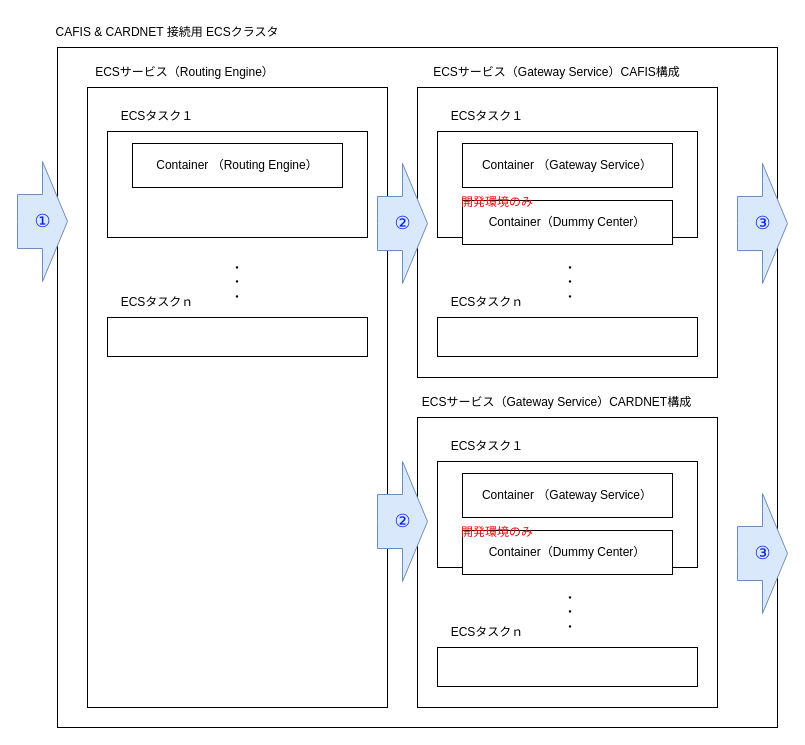
Above: page "コンテナ構成" (1 of 6) of FEXICS/obj/system_architect.drawio in kyoshizawa/kywiki2 (draw.io), before the change. Source tidied: cells renumbered, new cells numbered last; positions are measured from the earlier drawing's top-left corner, leaving out a move shared by most shapes. Both pictures are drawn from the tidied source at 100%, with x=0, y=0 at pixel (17, 17).
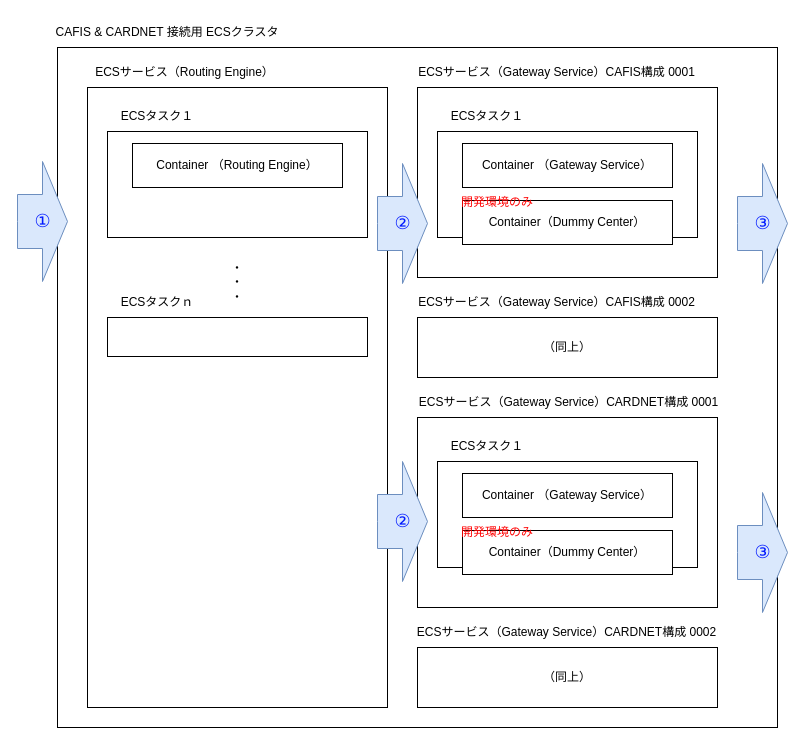
After the change.

The edit, as a diff of the source:
```diff
@@
     <mxCell id="7" style="rounded=0;whiteSpace=wrap;html=1;fillColor=none;" parent="1" vertex="1">
-      <mxGeometry x="400" y="70" width="300" height="290" as="geometry" />
+      <mxGeometry x="400" y="70" width="300" height="190" as="geometry" />
     </mxCell>
-    <mxCell id="8" value="ECSサービス（Gateway Service）CAFIS構成" style="text;html=1;align=center;verticalAlign=middle;whiteSpace=wrap;rounded=0;" parent="1" vertex="1">
+    <mxCell id="8" value="ECSサービス（Gateway Service）CAFIS構成 0001" style="text;html=1;align=center;verticalAlign=middle;whiteSpace=wrap;rounded=0;" parent="1" vertex="1">
       <mxGeometry x="389" y="40" width="301" height="30" as="geometry" />
     </mxCell>
@@
-    <mxCell id="15" value="ECSタスクｎ" style="text;html=1;align=center;verticalAlign=middle;whiteSpace=wrap;rounded=0;" parent="1" vertex="1">
-      <mxGeometry x="410" y="270" width="120" height="30" as="geometry" />
-    </mxCell>
-    <mxCell id="16" style="rounded=0;whiteSpace=wrap;html=1;" parent="1" vertex="1">
-      <mxGeometry x="420" y="300" width="260" height="39" as="geometry" />
-    </mxCell>
-    <mxCell id="17" value="・&lt;div&gt;・&lt;/div&gt;&lt;div&gt;・&lt;/div&gt;" style="text;html=1;align=center;verticalAlign=middle;whiteSpace=wrap;rounded=0;" parent="1" vertex="1">
-      <mxGeometry x="528" y="250" width="50" height="30" as="geometry" />
-    </mxCell>
@@
     <mxCell id="25" style="rounded=0;whiteSpace=wrap;html=1;fillColor=none;" parent="1" vertex="1">
-      <mxGeometry x="400" y="400" width="300" height="290" as="geometry" />
+      <mxGeometry x="400" y="400" width="300" height="190" as="geometry" />
     </mxCell>
-    <mxCell id="26" value="ECSサービス（Gateway Service）CARDNET構成" style="text;html=1;align=center;verticalAlign=middle;whiteSpace=wrap;rounded=0;" parent="1" vertex="1">
-      <mxGeometry x="389" y="370" width="301" height="30" as="geometry" />
+    <mxCell id="26" value="ECSサービス（Gateway Service）CARDNET構成 0001" style="text;html=1;align=center;verticalAlign=middle;whiteSpace=wrap;rounded=0;" parent="1" vertex="1">
+      <mxGeometry x="381" y="370" width="341" height="30" as="geometry" />
     </mxCell>
@@
-    <mxCell id="29" value="ECSタスクｎ" style="text;html=1;align=center;verticalAlign=middle;whiteSpace=wrap;rounded=0;" parent="1" vertex="1">
-      <mxGeometry x="410" y="600" width="120" height="30" as="geometry" />
-    </mxCell>
-    <mxCell id="30" style="rounded=0;whiteSpace=wrap;html=1;" parent="1" vertex="1">
-      <mxGeometry x="420" y="630" width="260" height="39" as="geometry" />
-    </mxCell>
-    <mxCell id="31" value="・&lt;div&gt;・&lt;/div&gt;&lt;div&gt;・&lt;/div&gt;" style="text;html=1;align=center;verticalAlign=middle;whiteSpace=wrap;rounded=0;" parent="1" vertex="1">
-      <mxGeometry x="528" y="580" width="50" height="30" as="geometry" />
-    </mxCell>
@@
     <mxCell id="35" value="&lt;font color=&quot;#0019ff&quot;&gt;&lt;span style=&quot;font-size: 18px;&quot;&gt;③&lt;/span&gt;&lt;/font&gt;" style="html=1;shadow=0;dashed=0;align=center;verticalAlign=middle;shape=mxgraph.arrows2.arrow;dy=0.55;dx=25;notch=0;fillColor=#dae8fc;strokeColor=#6c8ebf;" parent="1" vertex="1">
-      <mxGeometry x="720" y="476" width="50" height="120" as="geometry" />
+      <mxGeometry x="720" y="475" width="50" height="120" as="geometry" />
     </mxCell>
@@
+    <mxCell id="37" value="（同上）" style="rounded=0;whiteSpace=wrap;html=1;fillColor=none;" parent="1" vertex="1">
+      <mxGeometry x="400" y="300" width="300" height="60" as="geometry" />
+    </mxCell>
+    <mxCell id="38" value="ECSサービス（Gateway Service）CAFIS構成 0002" style="text;html=1;align=center;verticalAlign=middle;whiteSpace=wrap;rounded=0;" parent="1" vertex="1">
+      <mxGeometry x="389" y="270" width="301" height="30" as="geometry" />
+    </mxCell>
+    <mxCell id="39" value="（同上）" style="rounded=0;whiteSpace=wrap;html=1;fillColor=none;" parent="1" vertex="1">
+      <mxGeometry x="400" y="630" width="300" height="60" as="geometry" />
+    </mxCell>
+    <mxCell id="40" value="ECSサービス（Gateway Service）CARDNET構成&amp;nbsp;0002" style="text;html=1;align=center;verticalAlign=middle;whiteSpace=wrap;rounded=0;" parent="1" vertex="1">
+      <mxGeometry x="389" y="600" width="321" height="30" as="geometry" />
+    </mxCell>
```
